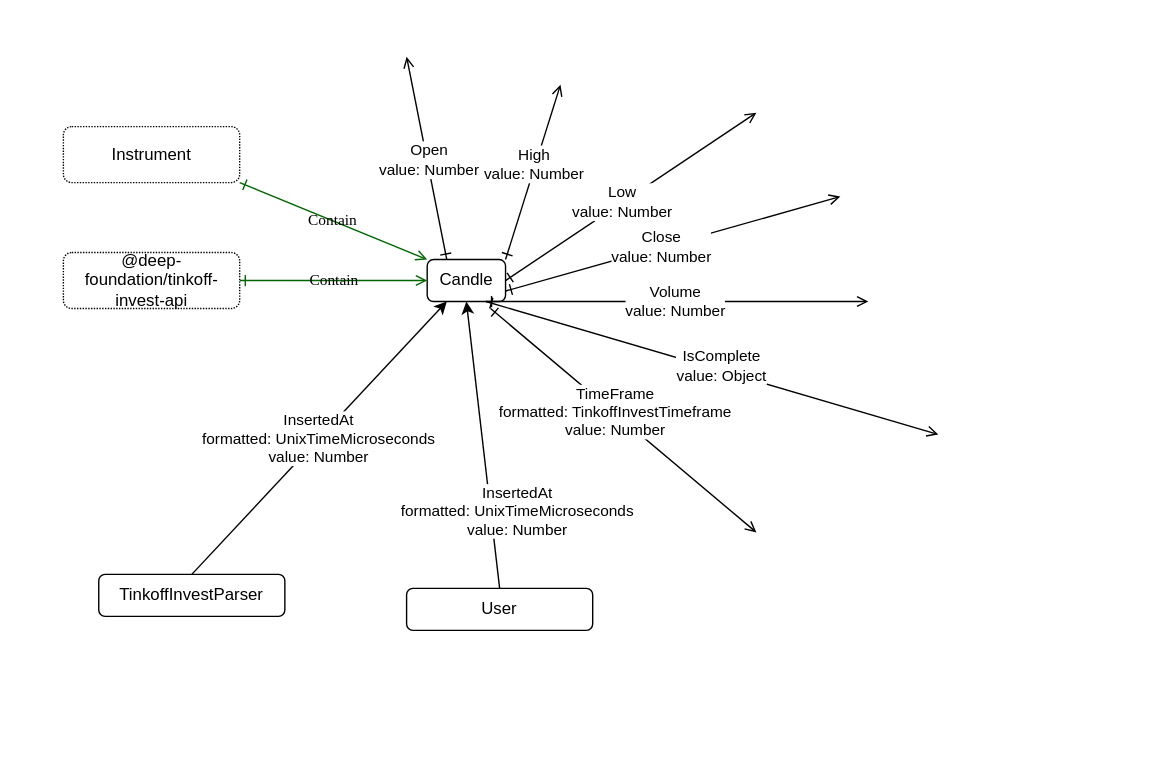
Above: src/candle/Candle.drawio.svg in suenot/deep-tinkoff-invest-api (draw.io), before the change. Source tidied: cells renumbered, new cells last; positions are measured from the earlier drawing's top-left corner, leaving out a move shared by most shapes.
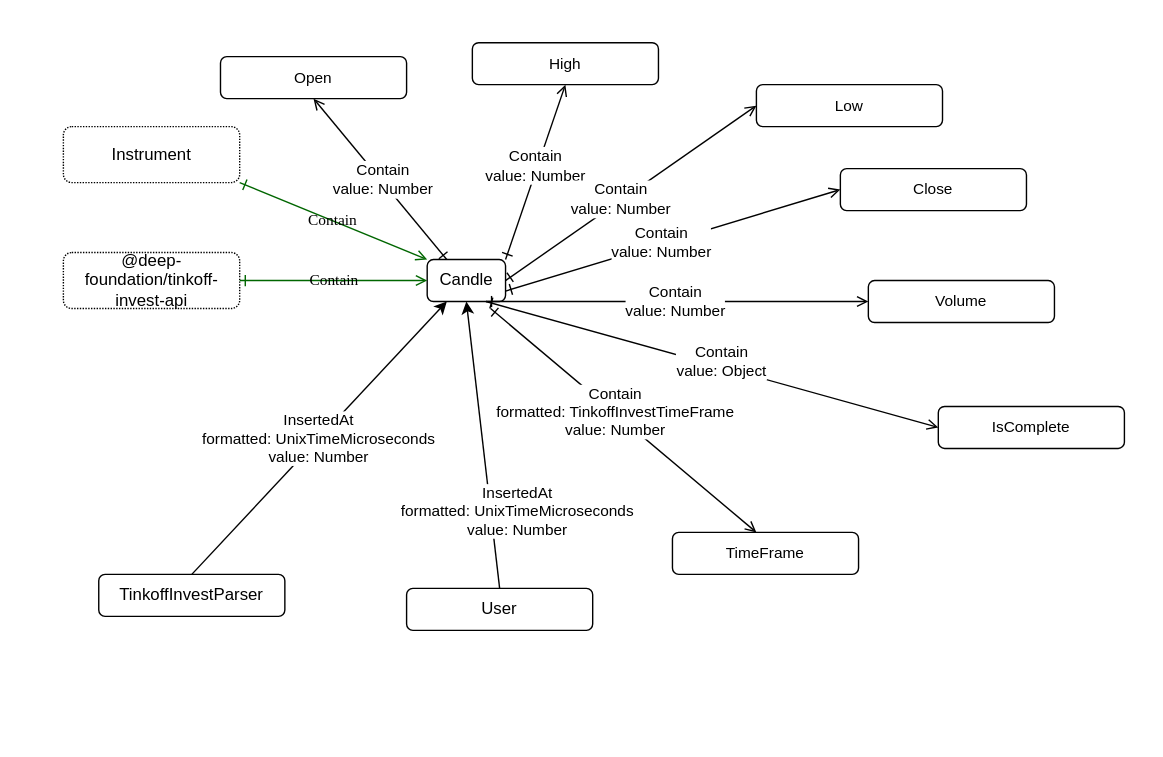
After the commit.

Diff of the diagram source:
```diff
@@ -5,12 +5,10 @@
     <mxCell id="2" style="rounded=0;whiteSpace=wrap;html=1;strokeColor=none;" parent="1" vertex="1">
       <mxGeometry width="830" height="540" as="geometry" />
     </mxCell>
-    <mxCell id="3" style="edgeStyle=none;html=1;exitX=1;exitY=0;exitDx=0;exitDy=0;startArrow=ERone;startFill=0;endArrow=open;endFill=0;" parent="1" edge="1" source="5">
-      <mxGeometry relative="1" as="geometry">
-        <mxPoint x="400" y="60" as="targetPoint" />
-      </mxGeometry>
+    <mxCell id="3" style="edgeStyle=none;html=1;exitX=1;exitY=0;exitDx=0;exitDy=0;startArrow=ERone;startFill=0;endArrow=open;endFill=0;entryX=0.5;entryY=1;entryDx=0;entryDy=0;" parent="1" edge="1" source="5" target="31">
+      <mxGeometry relative="1" as="geometry" />
     </mxCell>
-    <mxCell id="4" value="High&lt;br&gt;value: Number" style="edgeLabel;html=1;align=center;verticalAlign=middle;" parent="3" vertex="1">
+    <mxCell id="4" value="Contain&lt;br&gt;value: Number" style="edgeLabel;html=1;align=center;verticalAlign=middle;" parent="3" vertex="1">
       <mxGeometry x="0.08" y="2" relative="1" as="geometry" />
     </mxCell>
     <mxCell id="5" value="Candle" style="rounded=1;whiteSpace=wrap;html=1;labelBackgroundColor=none;" parent="1" vertex="1">
@@ -19,38 +17,30 @@
     <mxCell id="6" value="Instrument" style="rounded=1;whiteSpace=wrap;html=1;labelBackgroundColor=none;dashed=1;dashPattern=1 1;" parent="1" vertex="1">
       <mxGeometry x="44.7" y="90" width="126" height="40" as="geometry" />
     </mxCell>
-    <mxCell id="7" style="edgeStyle=none;html=1;exitX=1;exitY=0.5;exitDx=0;exitDy=0;startArrow=ERone;startFill=0;endArrow=open;endFill=0;" parent="1" edge="1" source="5">
-      <mxGeometry relative="1" as="geometry">
-        <mxPoint x="540" y="80" as="targetPoint" />
-      </mxGeometry>
+    <mxCell id="7" style="edgeStyle=none;html=1;exitX=1;exitY=0.5;exitDx=0;exitDy=0;startArrow=ERone;startFill=0;endArrow=open;endFill=0;entryX=0;entryY=0.5;entryDx=0;entryDy=0;" parent="1" edge="1" source="5" target="30">
+      <mxGeometry relative="1" as="geometry" />
     </mxCell>
-    <mxCell id="8" value="Low&lt;br&gt;value: Number" style="edgeLabel;html=1;align=center;verticalAlign=middle;" parent="7" vertex="1">
+    <mxCell id="8" value="Contain&lt;br&gt;value: Number" style="edgeLabel;html=1;align=center;verticalAlign=middle;" parent="7" vertex="1">
       <mxGeometry x="-0.07" y="1" relative="1" as="geometry" />
     </mxCell>
-    <mxCell id="9" style="edgeStyle=none;html=1;exitX=1;exitY=0.75;exitDx=0;exitDy=0;startArrow=ERone;startFill=0;endArrow=open;endFill=0;" parent="1" edge="1" source="5">
-      <mxGeometry relative="1" as="geometry">
-        <mxPoint x="600" y="140" as="targetPoint" />
-      </mxGeometry>
+    <mxCell id="9" style="edgeStyle=none;html=1;exitX=1;exitY=0.75;exitDx=0;exitDy=0;startArrow=ERone;startFill=0;endArrow=open;endFill=0;entryX=0;entryY=0.5;entryDx=0;entryDy=0;" parent="1" edge="1" source="5" target="29">
+      <mxGeometry relative="1" as="geometry" />
     </mxCell>
-    <mxCell id="10" value="Close&lt;br&gt;value: Number" style="edgeLabel;html=1;align=center;verticalAlign=middle;" parent="9" vertex="1">
+    <mxCell id="10" value="Contain&lt;br&gt;value: Number" style="edgeLabel;html=1;align=center;verticalAlign=middle;" parent="9" vertex="1">
       <mxGeometry x="-0.07" y="1" relative="1" as="geometry" />
     </mxCell>
-    <mxCell id="11" style="edgeStyle=none;html=1;startArrow=ERone;startFill=0;endArrow=open;endFill=0;exitX=0.75;exitY=1;exitDx=0;exitDy=0;" parent="1" edge="1" source="5">
-      <mxGeometry relative="1" as="geometry">
-        <mxPoint x="620" y="215" as="targetPoint" />
-      </mxGeometry>
+    <mxCell id="11" style="edgeStyle=none;html=1;startArrow=ERone;startFill=0;endArrow=open;endFill=0;exitX=0.75;exitY=1;exitDx=0;exitDy=0;entryX=0;entryY=0.5;entryDx=0;entryDy=0;" parent="1" edge="1" source="5" target="28">
+      <mxGeometry relative="1" as="geometry" />
     </mxCell>
-    <mxCell id="12" value="Volume&lt;br&gt;value: Number" style="edgeLabel;html=1;align=center;verticalAlign=middle;" parent="11" vertex="1">
+    <mxCell id="12" value="Contain&lt;br&gt;value: Number" style="edgeLabel;html=1;align=center;verticalAlign=middle;" parent="11" vertex="1">
       <mxGeometry x="-0.07" y="1" relative="1" as="geometry">
         <mxPoint x="8" as="offset" />
       </mxGeometry>
     </mxCell>
-    <mxCell id="13" style="edgeStyle=none;html=1;exitX=0.25;exitY=0;exitDx=0;exitDy=0;startArrow=ERone;startFill=0;endArrow=open;endFill=0;" parent="1" edge="1" source="5">
-      <mxGeometry relative="1" as="geometry">
-        <mxPoint x="290" y="40" as="targetPoint" />
-      </mxGeometry>
+    <mxCell id="13" style="edgeStyle=none;html=1;exitX=0.25;exitY=0;exitDx=0;exitDy=0;startArrow=ERone;startFill=0;endArrow=open;endFill=0;entryX=0.5;entryY=1;entryDx=0;entryDy=0;" parent="1" edge="1" source="5" target="32">
+      <mxGeometry relative="1" as="geometry" />
     </mxCell>
-    <mxCell id="14" value="Open&lt;br&gt;value: Number" style="edgeLabel;html=1;align=center;verticalAlign=middle;" parent="13" vertex="1">
+    <mxCell id="14" value="Contain&lt;br&gt;value: Number" style="edgeLabel;html=1;align=center;verticalAlign=middle;" parent="13" vertex="1">
       <mxGeometry x="-0.01" y="-1" relative="1" as="geometry" />
     </mxCell>
     <mxCell id="15" value="InsertedAt&lt;br&gt;formatted: UnixTimeMicroseconds&amp;nbsp;&lt;br&gt;value: Number" style="edgeStyle=none;html=1;exitX=0.5;exitY=0;exitDx=0;exitDy=0;entryX=0.25;entryY=1;entryDx=0;entryDy=0;" parent="1" edge="1" source="16" target="5">
@@ -59,12 +49,10 @@
     <mxCell id="16" value="TinkoffInvestParser" style="rounded=1;whiteSpace=wrap;html=1;labelBackgroundColor=none;" parent="1" vertex="1">
       <mxGeometry x="70" y="410" width="133" height="30" as="geometry" />
     </mxCell>
-    <mxCell id="17" style="edgeStyle=none;html=1;exitX=0.75;exitY=1;exitDx=0;exitDy=0;startArrow=ERone;startFill=0;endArrow=open;endFill=0;" parent="1" edge="1" source="5">
-      <mxGeometry relative="1" as="geometry">
-        <mxPoint x="670" y="310" as="targetPoint" />
-      </mxGeometry>
+    <mxCell id="17" style="edgeStyle=none;html=1;exitX=0.75;exitY=1;exitDx=0;exitDy=0;startArrow=ERone;startFill=0;endArrow=open;endFill=0;entryX=0;entryY=0.5;entryDx=0;entryDy=0;" parent="1" edge="1" source="5" target="27">
+      <mxGeometry relative="1" as="geometry" />
     </mxCell>
-    <mxCell id="18" value="IsComplete&lt;br&gt;value: Object" style="edgeLabel;html=1;align=center;verticalAlign=middle;" parent="17" vertex="1">
+    <mxCell id="18" value="Contain&lt;br&gt;value: Object" style="edgeLabel;html=1;align=center;verticalAlign=middle;" parent="17" vertex="1">
       <mxGeometry x="0.03" y="4" relative="1" as="geometry" />
     </mxCell>
     <mxCell id="19" value="@deep-foundation/tinkoff-invest-api" style="rounded=1;whiteSpace=wrap;html=1;labelBackgroundColor=none;dashed=1;dashPattern=1 1;" parent="1" vertex="1">
@@ -79,7 +67,7 @@
         <mxPoint x="540" y="380" as="targetPoint" />
       </mxGeometry>
     </mxCell>
-    <mxCell id="22" value="TimeFrame&lt;br&gt;formatted: TinkoffInvestTimeframe&lt;br&gt;value: Number" style="edgeLabel;html=1;align=center;verticalAlign=middle;" parent="21" vertex="1">
+    <mxCell id="22" value="Contain&lt;br&gt;formatted: TinkoffInvestTimeFrame&lt;br&gt;value: Number" style="edgeLabel;html=1;align=center;verticalAlign=middle;" parent="21" vertex="1">
       <mxGeometry x="-0.07" y="1" relative="1" as="geometry" />
     </mxCell>
     <mxCell id="23" value="Contain" style="jettySize=auto;html=1;shadow=0;labelBackgroundColor=none;startArrow=ERone;startFill=0;endArrow=open;endFill=0;fontColor=#000000;fontFamily=Comic Sans MS;entryX=0;entryY=0;entryDx=0;entryDy=0;exitX=1;exitY=1;exitDx=0;exitDy=0;strokeColor=#006600;" parent="1" edge="1" source="6" target="5">
@@ -91,5 +79,26 @@
     <mxCell id="25" value="InsertedAt&lt;br&gt;formatted: UnixTimeMicroseconds&amp;nbsp;&lt;br&gt;value: Number" style="edgeStyle=none;html=1;exitX=0.5;exitY=0;exitDx=0;exitDy=0;entryX=0.5;entryY=1;entryDx=0;entryDy=0;" parent="1" edge="1" source="24" target="5">
       <mxGeometry x="-0.49" y="-19" relative="1" as="geometry" />
     </mxCell>
+    <mxCell id="26" value="&lt;span style=&quot;font-size: 11px ; background-color: rgb(255 , 255 , 255)&quot;&gt;TimeFrame&lt;/span&gt;" style="rounded=1;whiteSpace=wrap;html=1;labelBackgroundColor=none;" parent="1" vertex="1">
+      <mxGeometry x="480" y="380" width="133" height="30" as="geometry" />
+    </mxCell>
+    <mxCell id="27" value="&lt;span style=&quot;font-size: 11px ; background-color: rgb(255 , 255 , 255)&quot;&gt;IsComplete&lt;/span&gt;" style="rounded=1;whiteSpace=wrap;html=1;labelBackgroundColor=none;" parent="1" vertex="1">
+      <mxGeometry x="670" y="290" width="133" height="30" as="geometry" />
+    </mxCell>
+    <mxCell id="28" value="&lt;span style=&quot;font-size: 11px ; background-color: rgb(255 , 255 , 255)&quot;&gt;Volume&lt;/span&gt;" style="rounded=1;whiteSpace=wrap;html=1;labelBackgroundColor=none;" parent="1" vertex="1">
+      <mxGeometry x="620" y="200" width="133" height="30" as="geometry" />
+    </mxCell>
+    <mxCell id="29" value="&lt;span style=&quot;font-size: 11px ; background-color: rgb(255 , 255 , 255)&quot;&gt;Close&lt;/span&gt;" style="rounded=1;whiteSpace=wrap;html=1;labelBackgroundColor=none;" parent="1" vertex="1">
+      <mxGeometry x="600" y="120" width="133" height="30" as="geometry" />
+    </mxCell>
+    <mxCell id="30" value="&lt;span style=&quot;font-size: 11px ; background-color: rgb(255 , 255 , 255)&quot;&gt;Low&lt;/span&gt;" style="rounded=1;whiteSpace=wrap;html=1;labelBackgroundColor=none;" parent="1" vertex="1">
+      <mxGeometry x="540" y="60" width="133" height="30" as="geometry" />
+    </mxCell>
+    <mxCell id="31" value="&lt;span style=&quot;font-size: 11px ; background-color: rgb(255 , 255 , 255)&quot;&gt;High&lt;/span&gt;" style="rounded=1;whiteSpace=wrap;html=1;labelBackgroundColor=none;" parent="1" vertex="1">
+      <mxGeometry x="337" y="30" width="133" height="30" as="geometry" />
+    </mxCell>
+    <mxCell id="32" value="&lt;span style=&quot;font-size: 11px ; background-color: rgb(255 , 255 , 255)&quot;&gt;Open&lt;/span&gt;" style="rounded=1;whiteSpace=wrap;html=1;labelBackgroundColor=none;" parent="1" vertex="1">
+      <mxGeometry x="157" y="40" width="133" height="30" as="geometry" />
+    </mxCell>
   </root>
 </mxGraphModel>
```
